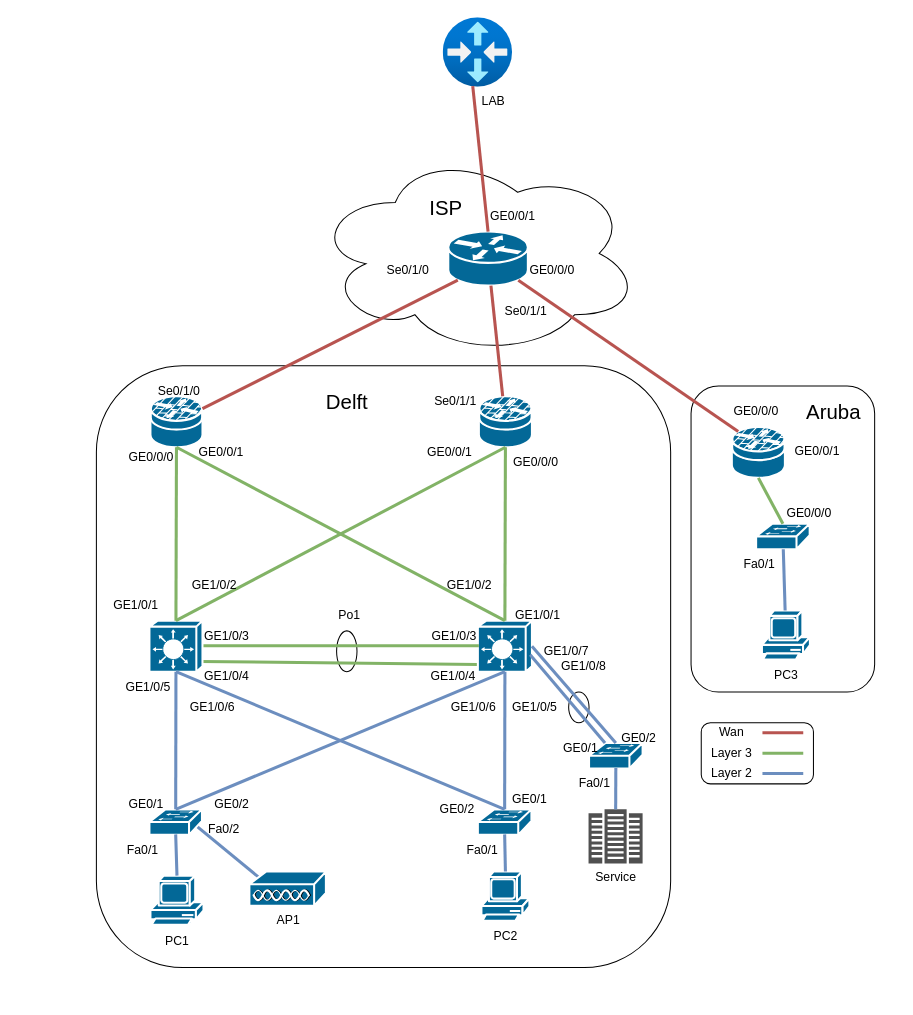
Before: page "PoC-ontwerp" (5 of 5) of SFTP-NetConfigs/netwerkontwerp.drawio in TomTheLEGEND23/HHS-TropoMetrics, a draw.io diagram. Source tidied: cells renumbered, new cells numbered last; positions are measured from the earlier drawing's top-left corner, leaving out a move shared by most shapes. Both pictures are drawn from the tidied source at 102%, with x=0, y=0 at pixel (17, 17).
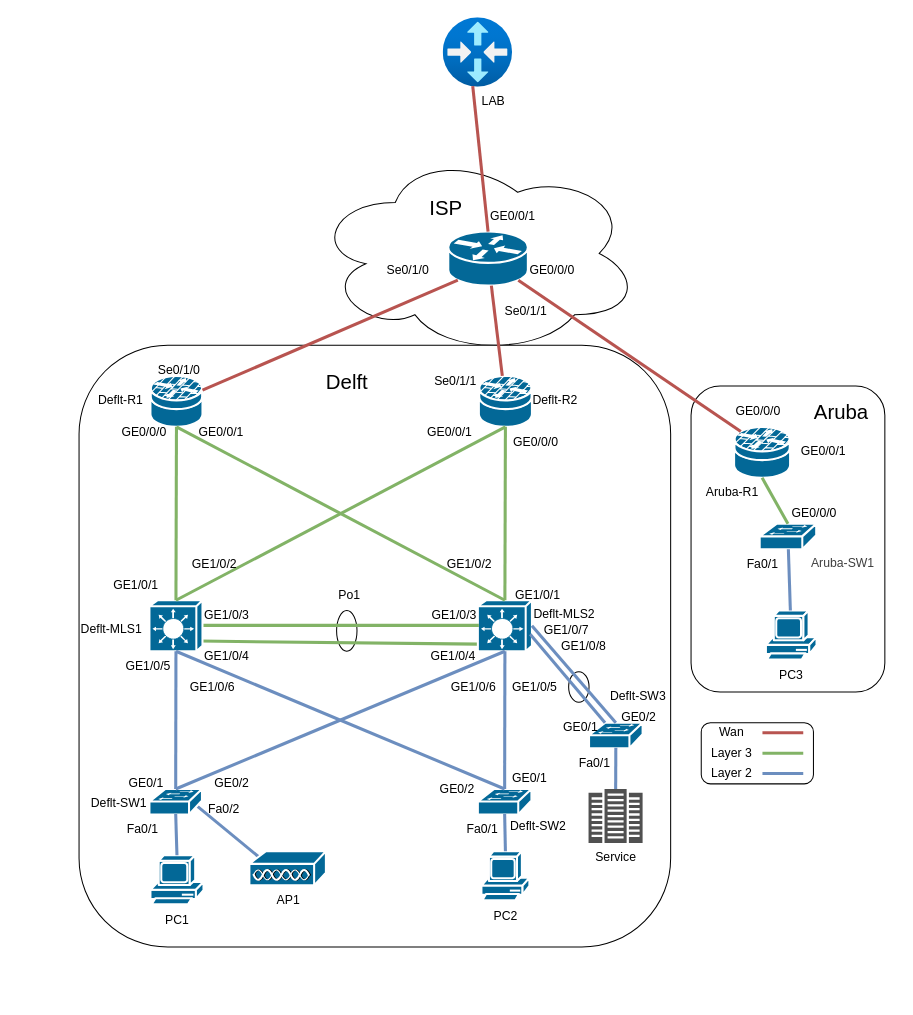
After the change.

Commit message:
Updated Network Design

The edit, as a diff of the source:
```diff
@@
     <mxCell id="9" style="group;" parent="1" vertex="1">
-      <mxGeometry y="341" width="670" height="620" as="geometry" />
+      <mxGeometry y="321" width="670" height="620" as="geometry" />
     </mxCell>
     <mxCell id="10" value="&amp;nbsp;" style="rounded=1;whiteSpace=wrap;html=1;" parent="9" vertex="1">
-      <mxGeometry x="77" width="563" height="590" as="geometry" />
+      <mxGeometry x="60" width="580" height="590" as="geometry" />
     </mxCell>
@@
     <mxCell id="47" value="&lt;div&gt;GE0/0/0&lt;/div&gt;" style="text;html=1;whiteSpace=wrap;strokeColor=none;fillColor=none;align=left;verticalAlign=middle;rounded=0;" parent="9" vertex="1">
-      <mxGeometry x="107" y="75" width="50" height="30" as="geometry" />
+      <mxGeometry x="99.5" y="70" width="50" height="30" as="geometry" />
     </mxCell>
@@
+    <mxCell id="99" value="&lt;div style=&quot;text-align: right;&quot;&gt;&lt;span style=&quot;background-color: transparent;&quot;&gt;Deflt-R1&lt;/span&gt;&lt;/div&gt;" style="text;whiteSpace=wrap;html=1;" parent="9" vertex="1">
+      <mxGeometry x="77" y="40" width="80" height="30" as="geometry" />
+    </mxCell>
+    <mxCell id="100" value="&lt;div style=&quot;text-align: right;&quot;&gt;&lt;span style=&quot;background-color: transparent;&quot;&gt;Deflt-R2&lt;/span&gt;&lt;/div&gt;" style="text;whiteSpace=wrap;html=1;" parent="9" vertex="1">
+      <mxGeometry x="502.5" y="40" width="80" height="30" as="geometry" />
+    </mxCell>
+    <mxCell id="101" value="&lt;div style=&quot;text-align: right;&quot;&gt;&lt;span style=&quot;background-color: transparent;&quot;&gt;Deflt-MLS1&lt;/span&gt;&lt;/div&gt;&lt;div style=&quot;text-align: right;&quot;&gt;&lt;span style=&quot;background-color: transparent;&quot;&gt;&lt;br&gt;&lt;/span&gt;&lt;/div&gt;" style="text;whiteSpace=wrap;html=1;" parent="9" vertex="1">
+      <mxGeometry x="60" y="265" width="80" height="30" as="geometry" />
+    </mxCell>
+    <mxCell id="102" value="&lt;div style=&quot;text-align: right;&quot;&gt;&lt;span style=&quot;background-color: transparent;&quot;&gt;Deflt-MLS2&lt;/span&gt;&lt;/div&gt;" style="text;whiteSpace=wrap;html=1;" parent="9" vertex="1">
+      <mxGeometry x="504" y="250" width="80" height="30" as="geometry" />
+    </mxCell>
+    <mxCell id="103" value="&lt;div style=&quot;text-align: right;&quot;&gt;&lt;span style=&quot;background-color: transparent;&quot;&gt;Deflt-SW1&lt;/span&gt;&lt;/div&gt;" style="text;whiteSpace=wrap;html=1;" parent="9" vertex="1">
+      <mxGeometry x="69.5" y="435" width="80" height="30" as="geometry" />
+    </mxCell>
+    <mxCell id="104" value="&lt;div style=&quot;text-align: right;&quot;&gt;&lt;span style=&quot;background-color: transparent;&quot;&gt;Deflt-SW2&lt;/span&gt;&lt;/div&gt;" style="text;whiteSpace=wrap;html=1;" parent="9" vertex="1">
+      <mxGeometry x="481" y="458" width="80" height="30" as="geometry" />
+    </mxCell>
+    <mxCell id="105" value="&lt;div style=&quot;text-align: right;&quot;&gt;&lt;span style=&quot;background-color: transparent;&quot;&gt;Deflt-SW3&lt;/span&gt;&lt;/div&gt;" style="text;whiteSpace=wrap;html=1;" parent="9" vertex="1">
+      <mxGeometry x="578.8" y="330" width="80" height="30" as="geometry" />
+    </mxCell>
@@
     <mxCell id="82" style="group;" parent="1" vertex="1">
-      <mxGeometry x="660" y="361" width="180" height="300" as="geometry" />
+      <mxGeometry x="660" y="361" width="190" height="300" as="geometry" />
     </mxCell>
     <mxCell id="83" style="rounded=1;whiteSpace=wrap;html=1;" parent="82" vertex="1">
-      <mxGeometry width="180" height="300" as="geometry" />
+      <mxGeometry width="190" height="300" as="geometry" />
     </mxCell>
     <mxCell id="84" value="&lt;div&gt;GE0/0/1&lt;/div&gt;" style="text;whiteSpace=wrap;html=1;" parent="82" vertex="1">
-      <mxGeometry x="100" y="50" width="80" height="40" as="geometry" />
+      <mxGeometry x="105.6" y="50" width="84.4" height="40" as="geometry" />
     </mxCell>
     <mxCell id="85" style="strokeColor=#ffffff;sketch=0;html=1;dashed=0;fillColor=#036897;strokeWidth=2;verticalLabelPosition=bottom;verticalAlign=top;align=center;outlineConnect=0;shape=mxgraph.cisco.switches.workgroup_switch;" parent="82" vertex="1">
-      <mxGeometry x="63.8" y="135" width="52.5" height="25" as="geometry" />
+      <mxGeometry x="67.3" y="135" width="55.4" height="25" as="geometry" />
     </mxCell>
     <mxCell id="86" style="strokeColor=#ffffff;sketch=0;html=1;dashed=0;fillColor=#036897;strokeWidth=2;verticalLabelPosition=bottom;verticalAlign=top;align=center;outlineConnect=0;shape=mxgraph.cisco.security.router_firewall;labelBackgroundColor=#000000;" parent="82" vertex="1">
-      <mxGeometry x="40" y="40" width="52" height="50" as="geometry" />
+      <mxGeometry x="42.2" y="40" width="54.9" height="50" as="geometry" />
     </mxCell>
     <mxCell id="87" value="PC3" style="sketch=0;html=1;dashed=0;fillColor=#036897;strokeColor=#ffffff;strokeWidth=2;verticalLabelPosition=bottom;verticalAlign=top;align=center;outlineConnect=0;shape=mxgraph.cisco.computers_and_peripherals.pc;" parent="82" vertex="1">
-      <mxGeometry x="69.5" y="220" width="47" height="50" as="geometry" />
+      <mxGeometry x="73.4" y="220" width="49.6" height="50" as="geometry" />
     </mxCell>
@@
     <mxCell id="90" value="&lt;div&gt;GE0/0/0&lt;/div&gt;" style="text;html=1;whiteSpace=wrap;strokeColor=none;fillColor=none;align=left;verticalAlign=middle;rounded=0;" parent="82" vertex="1">
-      <mxGeometry x="40" y="10" width="30" height="30" as="geometry" />
+      <mxGeometry x="42.2" y="10" width="31.7" height="30" as="geometry" />
     </mxCell>
@@
     <mxCell id="92" value="&lt;div&gt;Fa0/1&lt;/div&gt;" style="text;html=1;whiteSpace=wrap;strokeColor=none;fillColor=none;align=left;verticalAlign=middle;rounded=0;" parent="82" vertex="1">
-      <mxGeometry x="50" y="160" width="50" height="30" as="geometry" />
+      <mxGeometry x="52.8" y="160" width="52.8" height="30" as="geometry" />
     </mxCell>
     <mxCell id="93" value="&lt;div&gt;GE0/0/0&lt;/div&gt;" style="text;html=1;whiteSpace=wrap;strokeColor=none;fillColor=none;align=left;verticalAlign=middle;rounded=0;" parent="82" vertex="1">
-      <mxGeometry x="92" y="110" width="38" height="30" as="geometry" />
+      <mxGeometry x="97.1" y="110" width="40.1" height="30" as="geometry" />
     </mxCell>
     <mxCell id="94" value="&lt;font style=&quot;font-size: 20px;&quot;&gt;Aruba&lt;/font&gt;" style="text;html=1;whiteSpace=wrap;strokeColor=none;fillColor=none;align=center;verticalAlign=middle;rounded=0;" parent="82" vertex="1">
-      <mxGeometry x="110" y="10" width="60" height="30" as="geometry" />
+      <mxGeometry x="116.1" y="10" width="63.3" height="30" as="geometry" />
     </mxCell>
+    <mxCell id="106" value="&lt;div style=&quot;text-align: right;&quot;&gt;Aruba-R1&lt;/div&gt;" style="text;whiteSpace=wrap;html=1;" parent="82" vertex="1">
+      <mxGeometry x="12.7" y="90" width="84.4" height="30" as="geometry" />
+    </mxCell>
+    <mxCell id="107" value="&lt;div style=&quot;text-align: right;&quot;&gt;&lt;span style=&quot;color: rgb(63, 63, 63);&quot;&gt;Aruba-SW1&lt;/span&gt;&lt;/div&gt;" style="text;whiteSpace=wrap;html=1;" parent="82" vertex="1">
+      <mxGeometry x="116.1" y="160" width="84.4" height="30" as="geometry" />
+    </mxCell>
```
